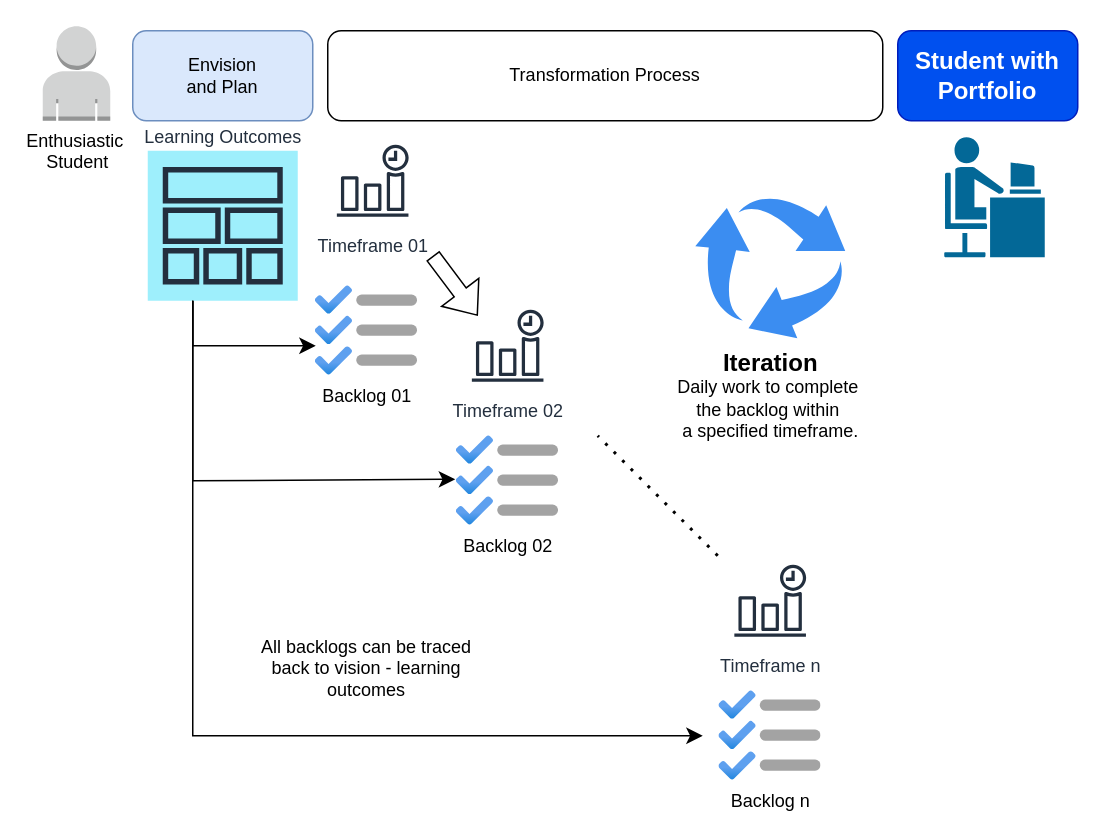
Earlier version of the draw.io diagram img/NEO-X-School-01-proses-umum.drawio (NEO-X-School/pedagogi). Source tidied: cells renumbered, new cells numbered last; positions are measured from the earlier drawing's top-left corner, leaving out a move shared by most shapes. Both pictures are drawn from the tidied source at 150%, with x=0, y=0 at pixel (42, 26).
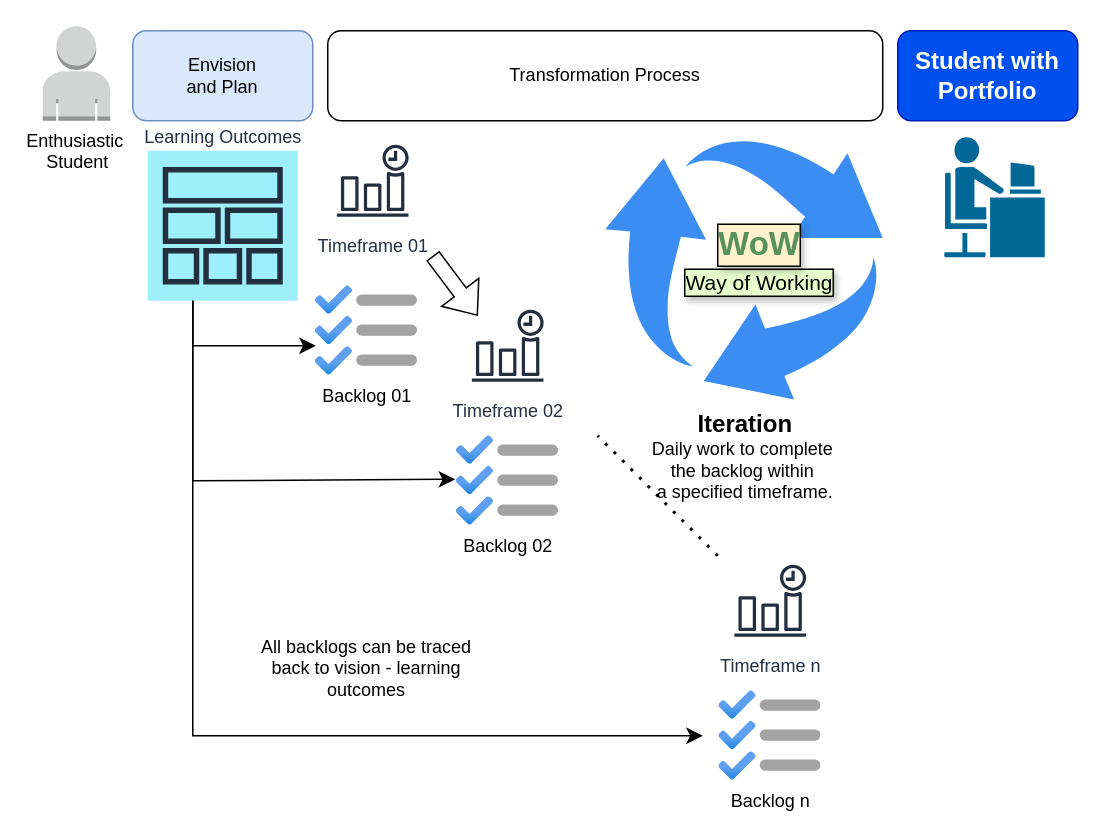
The same page after the edit.

What changed in the source:
```diff
@@
     <mxCell id="6" value="&lt;b&gt;&lt;font style=&quot;font-size: 16px;&quot;&gt;Iteration&lt;/font&gt;&lt;/b&gt;&lt;div&gt;Daily work to complete&amp;nbsp;&lt;div&gt;the backlog within&amp;nbsp;&lt;/div&gt;&lt;div&gt;a specified timeframe.&lt;/div&gt;&lt;/div&gt;" style="sketch=0;html=1;strokeColor=none;shadow=0;fillColor=#3B8DF1;verticalAlign=top;labelPosition=center;verticalLabelPosition=bottom;shape=mxgraph.gcp2.arrow_cycle;" parent="1" vertex="1">
-      <mxGeometry x="435" y="113" width="100" height="95" as="geometry" />
+      <mxGeometry x="375" y="73" width="185" height="175.8" as="geometry" />
     </mxCell>
@@
+    <mxCell id="21" style="group;" parent="1" vertex="1">
+      <mxGeometry x="400" y="125.9" width="156" height="70" as="geometry" />
+    </mxCell>
+    <mxCell id="22" value="&lt;div&gt;Way of Working&lt;/div&gt;" style="text;html=1;whiteSpace=wrap;strokeColor=none;fillColor=none;align=center;verticalAlign=middle;rounded=0;fontSize=14;labelBackgroundColor=#E6FFCC;labelBorderColor=default;textShadow=1;" parent="21" vertex="1">
+      <mxGeometry y="30" width="156" height="30" as="geometry" />
+    </mxCell>
+    <mxCell id="23" value="WoW" style="text;html=1;whiteSpace=wrap;strokeColor=none;fillColor=none;align=center;verticalAlign=middle;rounded=0;fontSize=22;fontStyle=1;fontColor=#58915A;labelBackgroundColor=#FFF2CC;labelBorderColor=default;textShadow=1;" parent="21" vertex="1">
+      <mxGeometry x="53" width="50" height="40" as="geometry" />
+    </mxCell>
```
